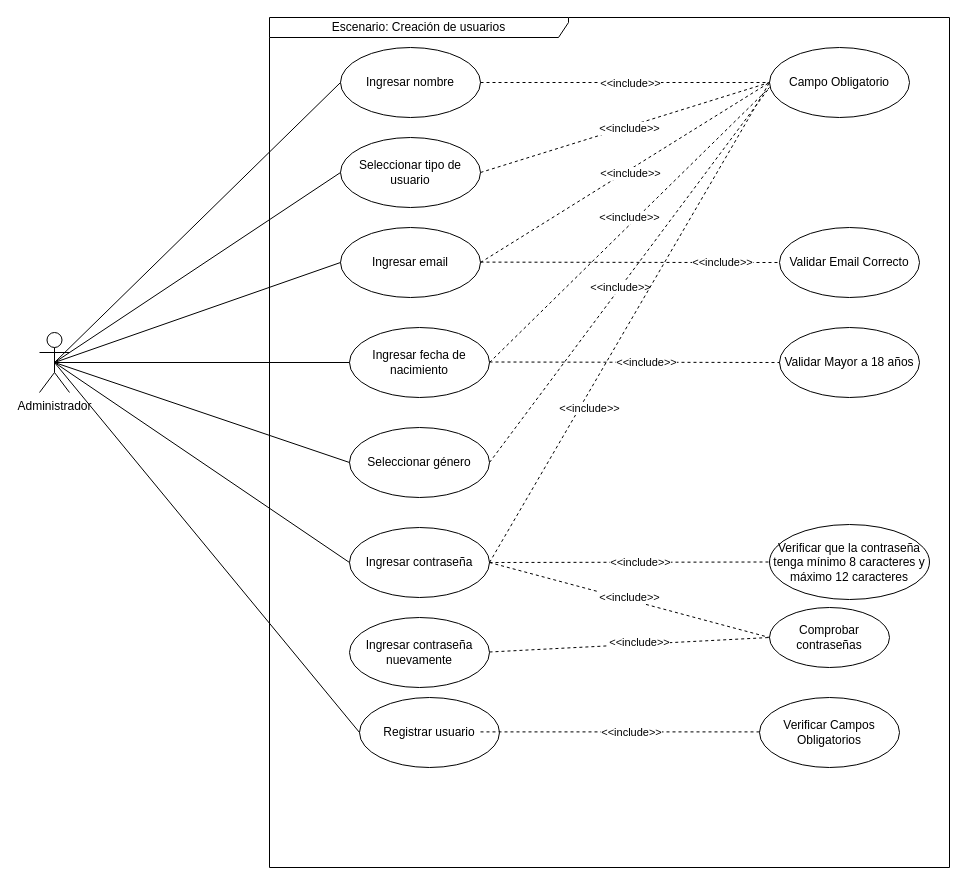
nicasop/PROYECTO_INTEGRADOR_P58 keeps this draw.io diagram as page "Creación de usuarios" (4 of 16) of documentacion/Untitled Diagram.drawio. Above is the earlier version. Source tidied: cells renumbered, new cells numbered last; positions are measured from the earlier drawing's top-left corner, leaving out a move shared by most shapes. Both pictures are drawn from the tidied source at 100%, with x=0, y=0 at pixel (39, 17).
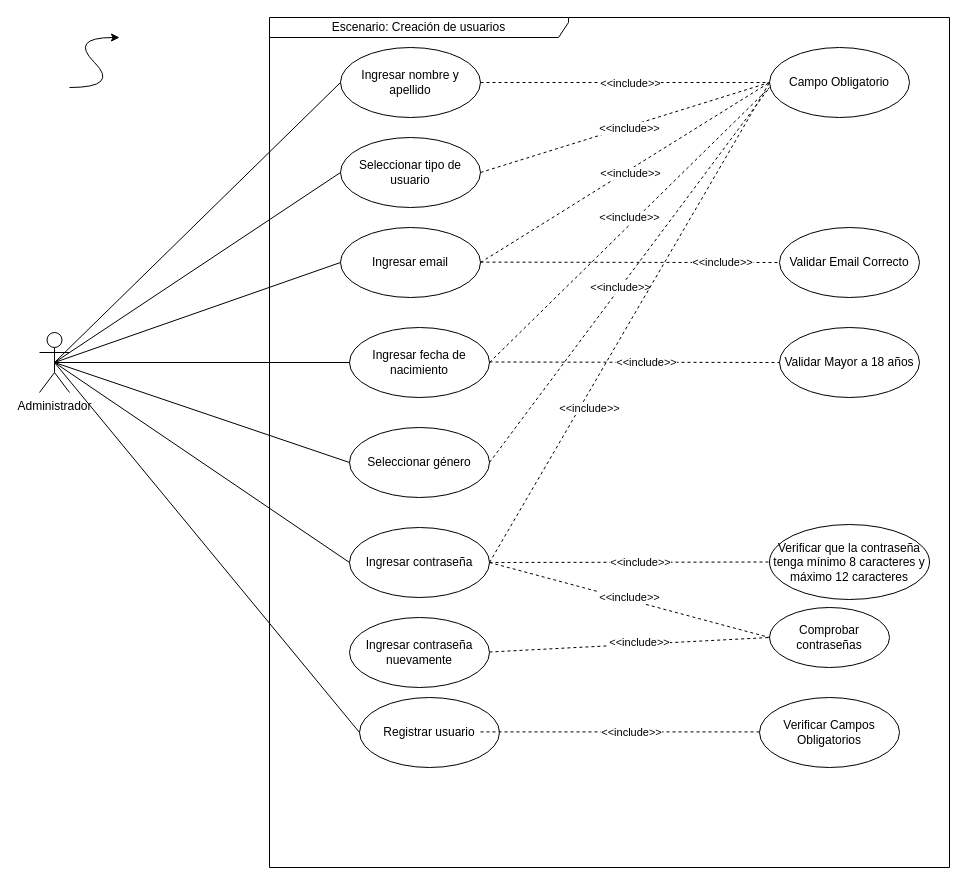
Above is the later version.

Change to the diagram source:
```diff
@@
-    <mxCell id="10" value="Ingresar nombre" style="ellipse;whiteSpace=wrap;html=1;" parent="1" vertex="1">
+    <mxCell id="10" value="Ingresar nombre y apellido" style="ellipse;whiteSpace=wrap;html=1;" parent="1" vertex="1">
       <mxGeometry x="301" y="30" width="140" height="70" as="geometry" />
     </mxCell>
@@
+    <mxCell id="50" style="curved=1;endArrow=classic;html=1;" parent="1" edge="1">
+      <mxGeometry relative="1" as="geometry">
+        <mxPoint x="30" y="70" as="sourcePoint" />
+        <mxPoint x="80" y="20" as="targetPoint" />
+        <Array as="points">
+          <mxPoint x="80" y="70" />
+          <mxPoint x="30" y="20" />
+        </Array>
+      </mxGeometry>
+    </mxCell>
```
